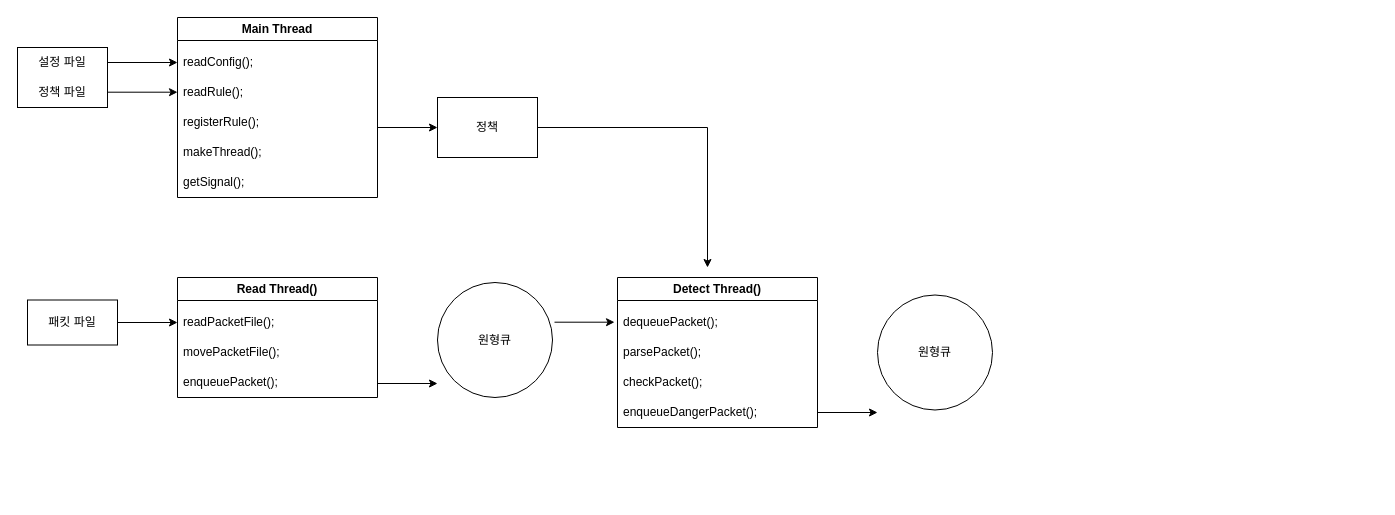
The draw.io diagram IDS_project.drawio in Hayeon-Lee/IDS, before the edit. Source tidied: cells renumbered, new cells numbered last; positions are measured from the earlier drawing's top-left corner, leaving out a move shared by most shapes. Both pictures are drawn from the tidied source at 100%, with x=0, y=0 at pixel (17, 17).
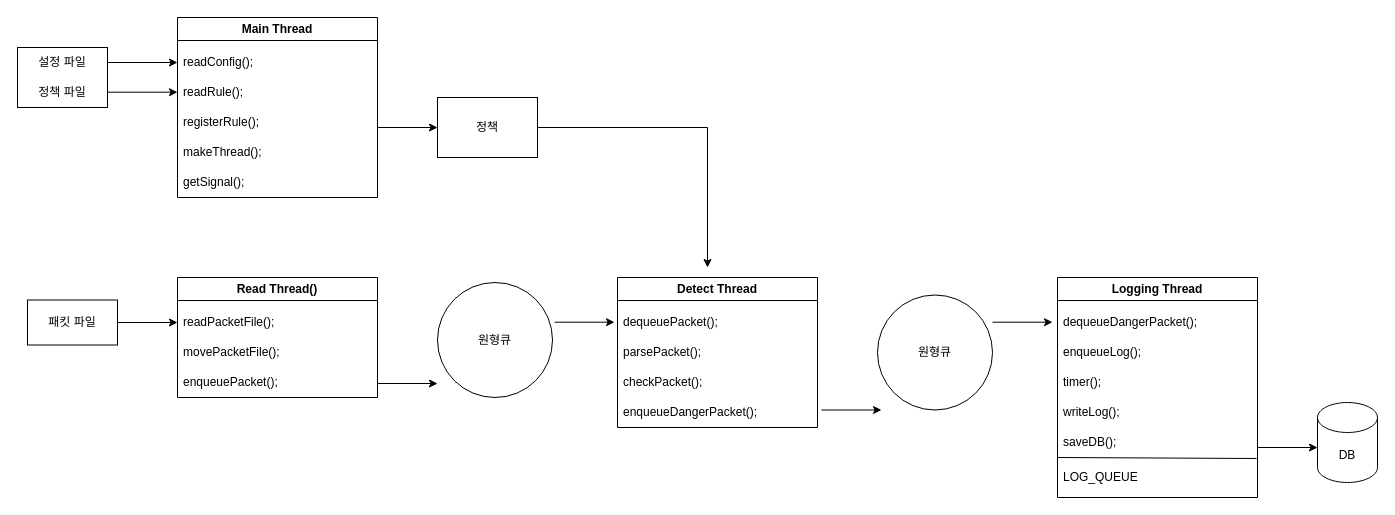
After the change.

Commit message:
IDS 구조도

Change to the diagram source:
```diff
@@
-    <mxCell id="21" value="Detect Thread()" style="swimlane;whiteSpace=wrap;html=1;" parent="1" vertex="1">
+    <mxCell id="21" value="Detect Thread" style="swimlane;whiteSpace=wrap;html=1;" parent="1" vertex="1">
       <mxGeometry x="600" y="260" width="200" height="150" as="geometry" />
     </mxCell>
@@
     <mxCell id="31" style="endArrow=classic;html=1;rounded=0;" parent="1" edge="1">
       <mxGeometry relative="1" as="geometry">
-        <mxPoint x="800" y="395" as="sourcePoint" />
-        <mxPoint x="860" y="395" as="targetPoint" />
+        <mxPoint x="804" y="392.5" as="sourcePoint" />
+        <mxPoint x="864" y="392.5" as="targetPoint" />
       </mxGeometry>
     </mxCell>
@@
+    <mxCell id="33" style="endArrow=classic;html=1;rounded=0;" parent="1" edge="1">
+      <mxGeometry relative="1" as="geometry">
+        <mxPoint x="975" y="304.7" as="sourcePoint" />
+        <mxPoint x="1035" y="304.7" as="targetPoint" />
+      </mxGeometry>
+    </mxCell>
+    <mxCell id="34" value="Logging Thread" style="swimlane;whiteSpace=wrap;html=1;" parent="1" vertex="1">
+      <mxGeometry x="1040" y="260" width="200" height="220" as="geometry" />
+    </mxCell>
+    <mxCell id="35" value="dequeueDangerPacket();" style="text;strokeColor=none;fillColor=none;align=left;verticalAlign=middle;spacingLeft=4;spacingRight=4;overflow=hidden;whiteSpace=wrap;html=1;" parent="34" vertex="1">
+      <mxGeometry y="30" width="200" height="30" as="geometry" />
+    </mxCell>
+    <mxCell id="36" value="enqueueLog();" style="text;strokeColor=none;fillColor=none;align=left;verticalAlign=middle;spacingLeft=4;spacingRight=4;overflow=hidden;whiteSpace=wrap;html=1;" parent="34" vertex="1">
+      <mxGeometry y="60" width="200" height="30" as="geometry" />
+    </mxCell>
+    <mxCell id="37" value="timer();" style="text;strokeColor=none;fillColor=none;align=left;verticalAlign=middle;spacingLeft=4;spacingRight=4;overflow=hidden;whiteSpace=wrap;html=1;" parent="34" vertex="1">
+      <mxGeometry y="90" width="200" height="30" as="geometry" />
+    </mxCell>
+    <mxCell id="38" value="writeLog();" style="text;strokeColor=none;fillColor=none;align=left;verticalAlign=middle;spacingLeft=4;spacingRight=4;overflow=hidden;whiteSpace=wrap;html=1;" parent="34" vertex="1">
+      <mxGeometry y="120" width="200" height="30" as="geometry" />
+    </mxCell>
+    <mxCell id="39" value="saveDB();" style="text;strokeColor=none;fillColor=none;align=left;verticalAlign=middle;spacingLeft=4;spacingRight=4;overflow=hidden;points=[[0,0.5],[1,0.5]];portConstraint=eastwest;whiteSpace=wrap;html=1;" parent="34" vertex="1">
+      <mxGeometry y="150" width="200" height="30" as="geometry" />
+    </mxCell>
+    <mxCell id="40" style="endArrow=none;html=1;rounded=0;entryX=0.995;entryY=1.033;entryDx=0;entryDy=0;entryPerimeter=0;" parent="34" edge="1" target="39">
+      <mxGeometry relative="1" as="geometry">
+        <mxPoint y="180" as="sourcePoint" />
+      </mxGeometry>
+    </mxCell>
+    <mxCell id="41" value="LOG_QUEUE" style="text;strokeColor=none;fillColor=none;align=left;verticalAlign=middle;spacingLeft=4;spacingRight=4;overflow=hidden;whiteSpace=wrap;html=1;" parent="34" vertex="1">
+      <mxGeometry y="185" width="200" height="30" as="geometry" />
+    </mxCell>
+    <mxCell id="42" style="endArrow=classic;html=1;rounded=0;" parent="1" edge="1">
+      <mxGeometry relative="1" as="geometry">
+        <mxPoint x="1240" y="430" as="sourcePoint" />
+        <mxPoint x="1300" y="430" as="targetPoint" />
+      </mxGeometry>
+    </mxCell>
+    <mxCell id="43" value="DB" style="shape=cylinder3;whiteSpace=wrap;html=1;boundedLbl=1;backgroundOutline=1;size=15;" parent="1" vertex="1">
+      <mxGeometry x="1300" y="385" width="60" height="80" as="geometry" />
+    </mxCell>
```
